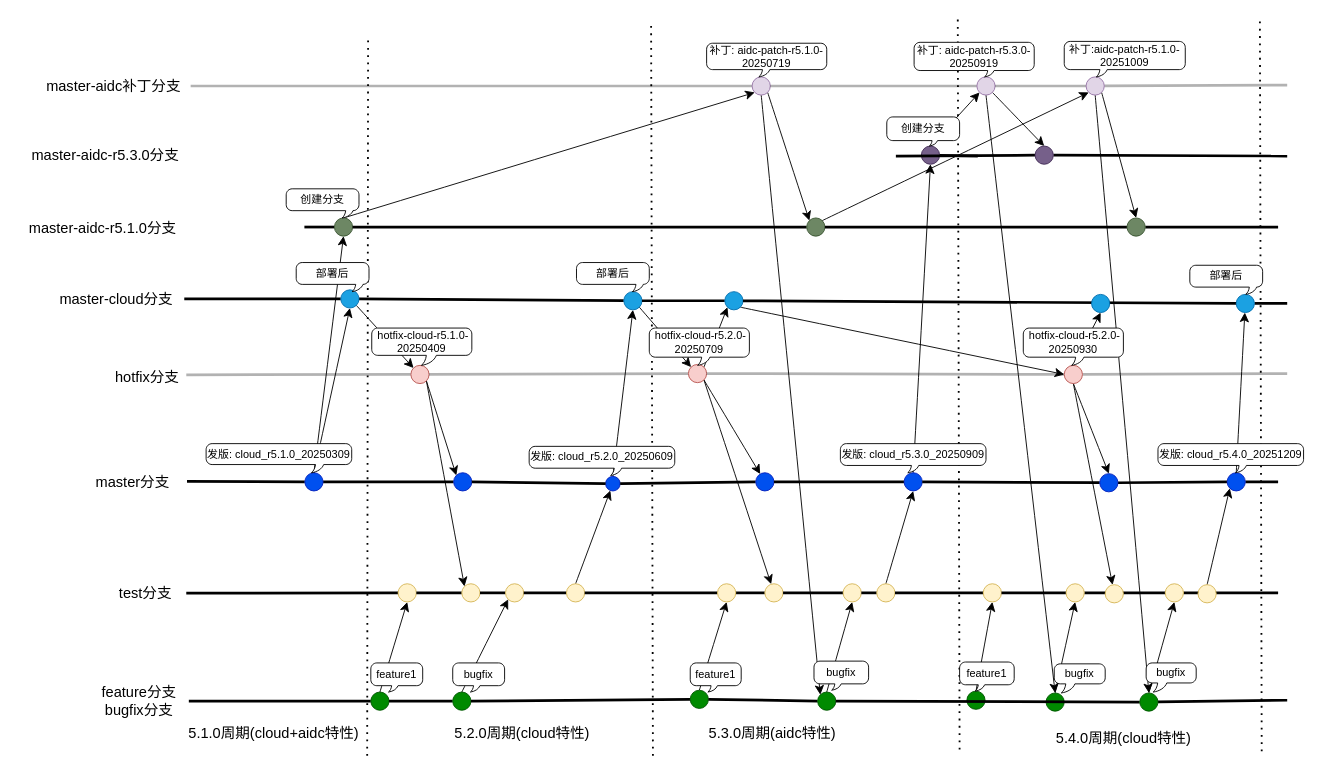
paochiang/draw keeps this draw.io diagram as page "Page-3" (3 of 4) of 规范/公有云和智算中心分支流程.drawio. Above is the earlier version. Source tidied: cells renumbered, new cells numbered last; positions are measured from the earlier drawing's top-left corner, leaving out a move shared by most shapes. Both pictures are drawn from the tidied source at 91%, with x=0, y=0 at pixel (15, 16).
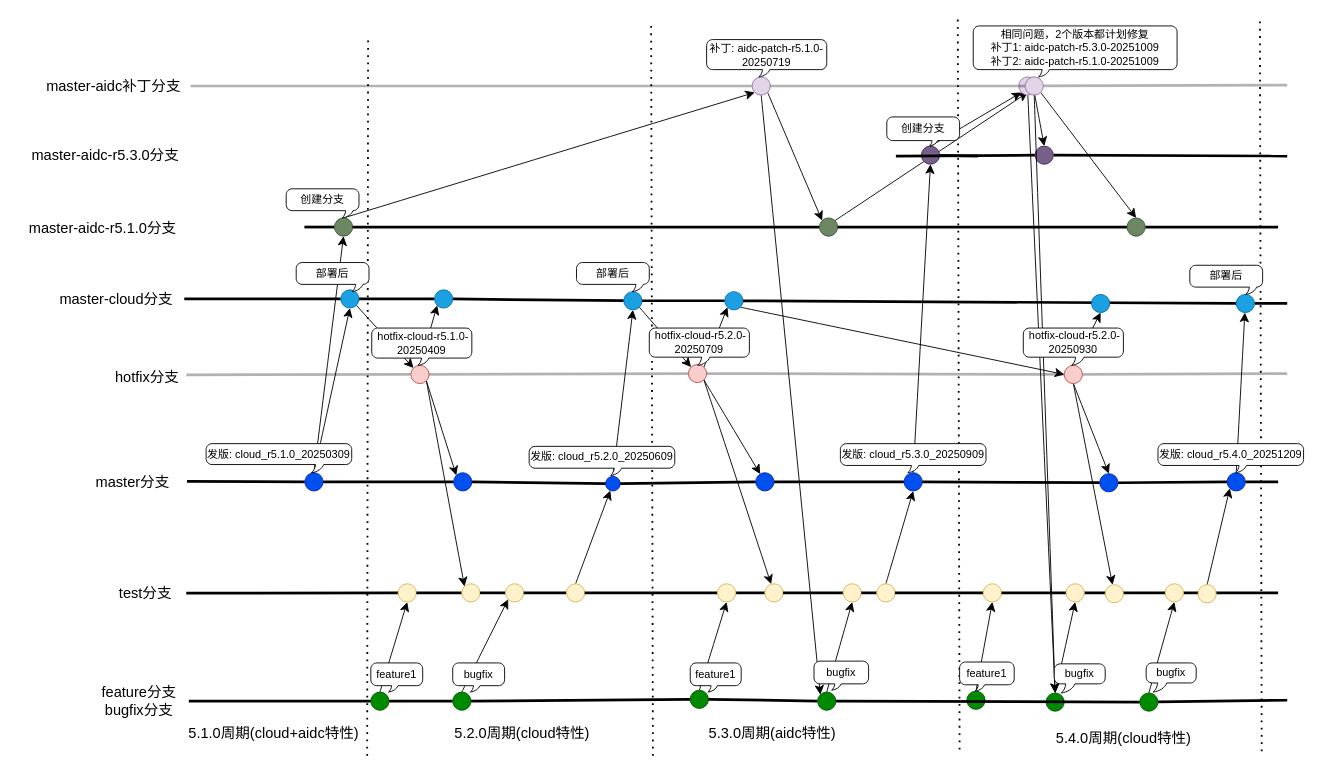
The same page after the edit.

Unchanged cells that the change refers to:
```xml
<mxCell id="15" style="ellipse;whiteSpace=wrap;html=1;fillColor=#f8cecc;strokeColor=#b85450;" parent="1" vertex="1">
  <mxGeometry x="434" y="383" width="20" height="20" as="geometry" />
</mxCell>
<mxCell id="61" style="ellipse;whiteSpace=wrap;html=1;fillColor=#1ba1e2;strokeColor=#006EAF;fontColor=#ffffff;" parent="1" vertex="1">
  <mxGeometry x="668" y="302" width="20" height="20" as="geometry" />
</mxCell>
<mxCell id="98" style="ellipse;whiteSpace=wrap;html=1;fillColor=#1ba1e2;strokeColor=#006EAF;fontColor=#ffffff;" parent="1" vertex="1">
  <mxGeometry x="357" y="300" width="20" height="20" as="geometry" />
</mxCell>
<mxCell id="121" style="ellipse;whiteSpace=wrap;html=1;fillColor=#008a00;strokeColor=#005700;fontColor=#ffffff;" parent="1" vertex="1">
  <mxGeometry x="1132" y="743" width="20" height="20" as="geometry" />
</mxCell>
<mxCell id="131" style="ellipse;whiteSpace=wrap;html=1;fillColor=#008a00;strokeColor=#005700;fontColor=#ffffff;" parent="1" vertex="1">
  <mxGeometry x="1235" y="743" width="20" height="20" as="geometry" />
</mxCell>
```

Diff of the diagram source:
```diff
@@
+    <mxCell id="164" style="edgeStyle=none;curved=1;rounded=0;jettySize=auto;html=1;exitX=0.5;exitY=0;exitDx=0;exitDy=0;entryX=0;entryY=1;entryDx=0;entryDy=0;fontSize=12;startSize=8;endSize=8;" parent="1" edge="1" source="15" target="166">
+      <mxGeometry relative="1" as="geometry" />
+    </mxCell>
@@
-    <mxCell id="59" style="endArrow=none;html=1;rounded=0;fontSize=12;startSize=8;endSize=8;curved=1;strokeWidth=3;" parent="1" edge="1" source="98" target="61">
+    <mxCell id="59" style="endArrow=none;html=1;rounded=0;fontSize=12;startSize=8;endSize=8;curved=1;strokeWidth=3;" parent="1" edge="1" source="166" target="61">
       <mxGeometry relative="1" as="geometry" />
     </mxCell>
@@
     <mxCell id="71" style="ellipse;whiteSpace=wrap;html=1;fillColor=#6d8764;strokeColor=#3A5431;fontColor=#ffffff;" parent="1" vertex="1">
-      <mxGeometry x="869" y="221" width="20" height="20" as="geometry" />
+      <mxGeometry x="883" y="221" width="20" height="20" as="geometry" />
     </mxCell>
@@
     <mxCell id="109" style="ellipse;whiteSpace=wrap;html=1;fillColor=#e1d5e7;strokeColor=#9673a6;" parent="1" vertex="1">
-      <mxGeometry x="1056" y="66" width="20" height="20" as="geometry" />
+      <mxGeometry x="1102" y="66" width="20" height="20" as="geometry" />
     </mxCell>
@@
-    <mxCell id="114" style="edgeStyle=none;curved=1;rounded=0;jettySize=auto;html=1;exitX=0.5;exitY=1;exitDx=0;exitDy=0;entryX=0.5;entryY=0;entryDx=0;entryDy=0;fontSize=12;startSize=8;endSize=8;" parent="1" edge="1" source="115" target="131">
+    <mxCell id="114" style="edgeStyle=none;curved=1;rounded=0;jettySize=auto;html=1;exitX=0.5;exitY=1;exitDx=0;exitDy=0;entryX=0.5;entryY=0;entryDx=0;entryDy=0;fontSize=12;startSize=8;endSize=8;" parent="1" edge="1" source="115" target="121">
       <mxGeometry relative="1" as="geometry" />
     </mxCell>
     <mxCell id="115" style="ellipse;whiteSpace=wrap;html=1;fillColor=#e1d5e7;strokeColor=#9673a6;" parent="1" vertex="1">
-      <mxGeometry x="1176" y="66" width="20" height="20" as="geometry" />
+      <mxGeometry x="1109" y="66" width="20" height="20" as="geometry" />
     </mxCell>
@@
-    <mxCell id="142" value="&amp;nbsp;hotfix-cloud-r5.1.0-20250409" style="whiteSpace=wrap;html=1;shape=mxgraph.basic.roundRectCallout;dx=65.53;dy=11;size=6.6;boundedLbl=1;" parent="1" vertex="1">
+    <mxCell id="142" value="&amp;nbsp;hotfix-cloud-r5.1.0-20250409" style="whiteSpace=wrap;html=1;shape=mxgraph.basic.roundRectCallout;dx=58.76;dy=8;size=6.6;boundedLbl=1;" parent="1" vertex="1">
       <mxGeometry x="391" y="342" width="110" height="41" as="geometry" />
     </mxCell>
@@
     <mxCell id="147" value="补丁: aidc-patch-r5.1.0-20250719" style="whiteSpace=wrap;html=1;shape=mxgraph.basic.roundRectCallout;dx=65.4;dy=8;size=6.6;boundedLbl=1;" parent="1" vertex="1">
-      <mxGeometry x="759" y="29" width="132" height="37" as="geometry" />
+      <mxGeometry x="759" y="25" width="132" height="41" as="geometry" />
     </mxCell>
-    <mxCell id="148" value="补丁: aidc-patch-r5.3.0-20250919" style="whiteSpace=wrap;html=1;shape=mxgraph.basic.roundRectCallout;dx=84.41;dy=7;size=6.6;boundedLbl=1;" parent="1" vertex="1">
-      <mxGeometry x="987" y="28" width="132" height="38" as="geometry" />
+    <mxCell id="148" value="&lt;div&gt;相同问题，2个版本都计划修复&lt;/div&gt;补丁1: aidc-patch-r5.3.0-20251009&lt;div&gt;补丁2: aidc-patch-r5.1.0-20251009&lt;br&gt;&lt;/div&gt;" style="whiteSpace=wrap;html=1;shape=mxgraph.basic.roundRectCallout;dx=79.71;dy=8;size=6.6;boundedLbl=1;" parent="1" vertex="1">
+      <mxGeometry x="1052" y="10" width="224" height="56" as="geometry" />
     </mxCell>
-    <mxCell id="149" value="补丁:aidc-patch-r5.1.0-20251009" style="whiteSpace=wrap;html=1;shape=mxgraph.basic.roundRectCallout;dx=43.18;dy=8;size=6.6;boundedLbl=1;" parent="1" vertex="1">
-      <mxGeometry x="1152" y="27" width="133" height="39" as="geometry" />
-    </mxCell>
@@
+    <mxCell id="165" style="endArrow=none;html=1;rounded=0;fontSize=12;startSize=8;endSize=8;curved=1;strokeWidth=3;" parent="1" edge="1" source="98" target="166">
+      <mxGeometry relative="1" as="geometry" />
+    </mxCell>
+    <mxCell id="166" style="ellipse;whiteSpace=wrap;html=1;fillColor=#1ba1e2;strokeColor=#006EAF;fontColor=#ffffff;" parent="1" vertex="1">
+      <mxGeometry x="460" y="300" width="20" height="20" as="geometry" />
+    </mxCell>
```
